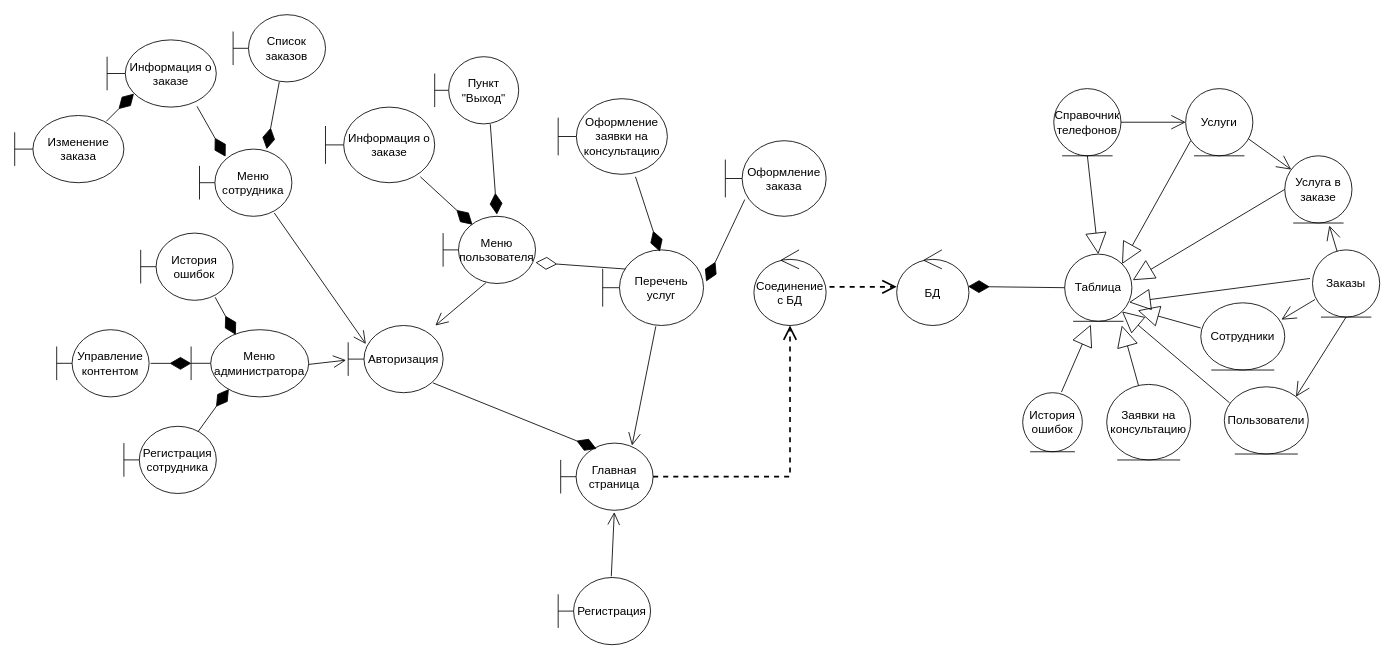
Before: page "Диаграмма классов анализа" (1 of 5) of Курсач/Диаграммы/Диаграмма классов анализа.drawio in JolyBin/Valeriy, a draw.io diagram. Source tidied: cells renumbered, new cells numbered last; positions are measured from the earlier drawing's top-left corner, leaving out a move shared by most shapes. Both pictures are drawn from the tidied source at 84%, with x=0, y=0 at pixel (14, 14).
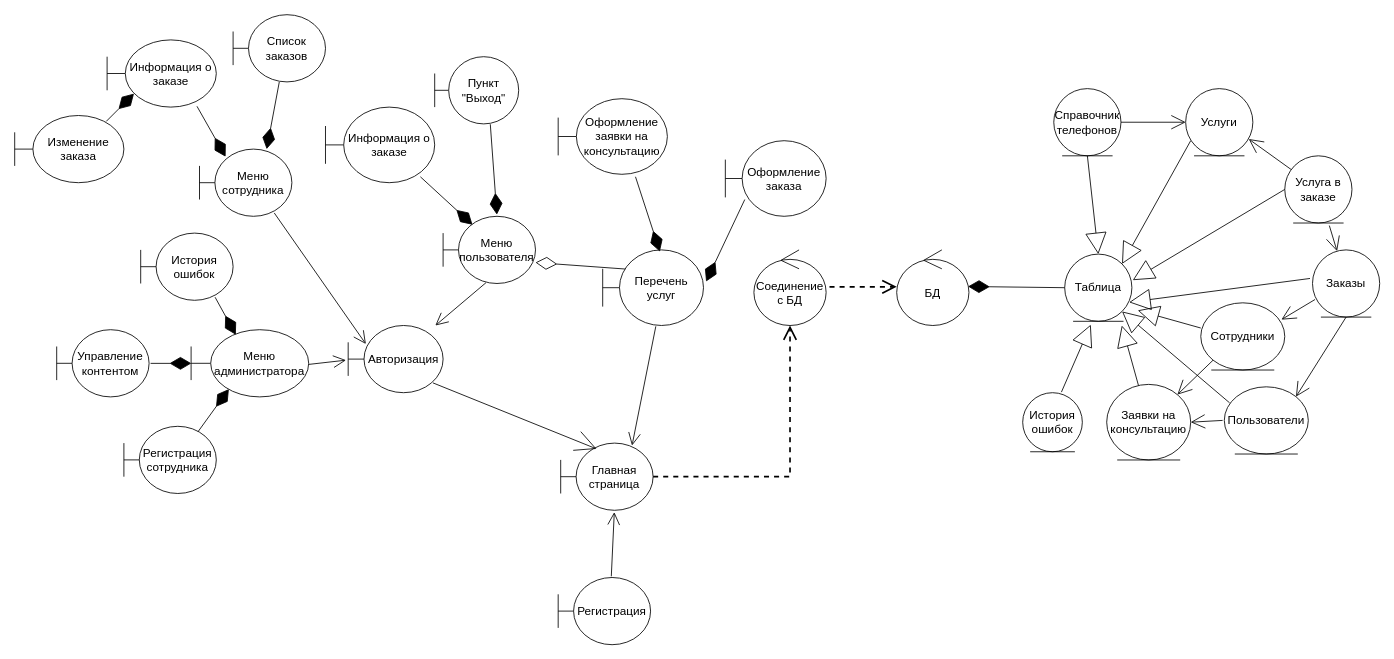
Above is the later version.

The change refers to these unchanged cells:
```xml
<mxCell id="4" value="Главная страница" style="shape=umlBoundary;whiteSpace=wrap;html=1;fontSize=14;" parent="1" vertex="1">
  <mxGeometry x="650" y="510" width="110" height="80" as="geometry" />
</mxCell>
<mxCell id="8" value="Авторизация" style="shape=umlBoundary;whiteSpace=wrap;html=1;fontSize=14;" parent="1" vertex="1">
  <mxGeometry x="397" y="370" width="113" height="80" as="geometry" />
</mxCell>
<mxCell id="29" value="Услуги" style="ellipse;shape=umlEntity;whiteSpace=wrap;html=1;fontSize=14;" parent="1" vertex="1">
  <mxGeometry x="1394" y="88" width="80" height="80" as="geometry" />
</mxCell>
<mxCell id="30" value="Заявки на консультацию" style="ellipse;shape=umlEntity;whiteSpace=wrap;html=1;fontSize=14;" parent="1" vertex="1">
  <mxGeometry x="1300" y="440.1" width="100" height="90" as="geometry" />
</mxCell>
<mxCell id="32" value="Заказы" style="ellipse;shape=umlEntity;whiteSpace=wrap;html=1;fontSize=14;" parent="1" vertex="1">
  <mxGeometry x="1545" y="280" width="80" height="80" as="geometry" />
</mxCell>
<mxCell id="50" value="Услуга в заказе" style="ellipse;shape=umlEntity;whiteSpace=wrap;html=1;fontSize=14;" parent="1" vertex="1">
  <mxGeometry x="1512" y="168" width="80" height="80" as="geometry" />
</mxCell>
<mxCell id="57" value="Сотрудники" style="ellipse;shape=umlEntity;whiteSpace=wrap;html=1;fontSize=14;" parent="1" vertex="1">
  <mxGeometry x="1412" y="343" width="100" height="80" as="geometry" />
</mxCell>
```

Diff of the diagram source:
```diff
@@
-    <mxCell id="38" style="endArrow=diamondThin;html=1;exitX=0.893;exitY=0.854;exitDx=0;exitDy=0;exitPerimeter=0;entryX=0.388;entryY=0.086;entryDx=0;entryDy=0;entryPerimeter=0;endFill=1;endSize=23;fontSize=14;" parent="1" edge="1" source="8" target="4">
+    <mxCell id="38" style="endArrow=open;html=1;exitX=0.893;exitY=0.854;exitDx=0;exitDy=0;exitPerimeter=0;entryX=0.388;entryY=0.086;entryDx=0;entryDy=0;entryPerimeter=0;endFill=0;endSize=23;fontSize=14;" parent="1" edge="1" source="8" target="4">
       <mxGeometry relative="1" as="geometry" />
     </mxCell>
@@
-    <mxCell id="51" style="endArrow=none;html=1;exitX=0.663;exitY=1.038;exitDx=0;exitDy=0;endFill=0;endSize=15;startSize=15;startArrow=open;startFill=0;exitPerimeter=0;" parent="1" edge="1" source="50" target="32">
+    <mxCell id="51" style="endArrow=open;html=1;exitX=0.663;exitY=1.038;exitDx=0;exitDy=0;endFill=0;endSize=15;startSize=15;startArrow=none;startFill=0;exitPerimeter=0;" parent="1" edge="1" source="50" target="32">
       <mxGeometry relative="1" as="geometry" />
     </mxCell>
-    <mxCell id="52" style="endArrow=none;html=1;entryX=0.938;entryY=0.75;entryDx=0;entryDy=0;endFill=0;endSize=15;startSize=15;startArrow=open;startFill=0;entryPerimeter=0;" parent="1" edge="1" source="50" target="29">
+    <mxCell id="52" style="endArrow=open;html=1;entryX=0.938;entryY=0.75;entryDx=0;entryDy=0;endFill=0;endSize=15;startSize=15;startArrow=none;startFill=0;entryPerimeter=0;" parent="1" edge="1" source="50" target="29">
       <mxGeometry relative="1" as="geometry" />
     </mxCell>
@@
+    <mxCell id="63" style="endArrow=none;html=1;entryX=0;entryY=1;entryDx=0;entryDy=0;endFill=0;endSize=15;startSize=15;startArrow=open;startFill=0;" parent="1" edge="1" source="30" target="57">
+      <mxGeometry relative="1" as="geometry" />
+    </mxCell>
+    <mxCell id="64" style="endArrow=none;html=1;endFill=0;endSize=15;startSize=15;startArrow=open;startFill=0;exitX=1;exitY=0.5;exitDx=0;exitDy=0;" parent="1" edge="1" source="30">
+      <mxGeometry relative="1" as="geometry">
+        <mxPoint x="1438" y="483" as="targetPoint" />
+      </mxGeometry>
+    </mxCell>
```
